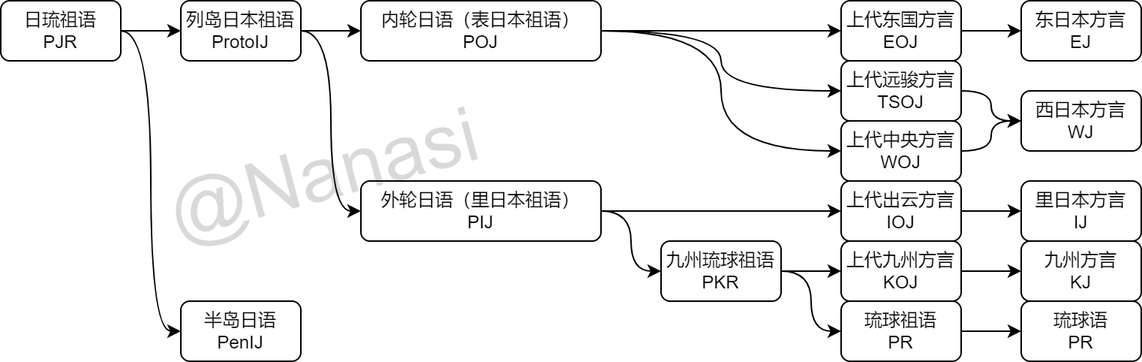
yupzhou/JPRoots keeps this draw.io diagram as assets/img/日琉语的发展.png. Above is the earlier version. Source tidied: cells renumbered, new cells last; positions are measured from the earlier drawing's top-left corner, leaving out a move shared by most shapes.
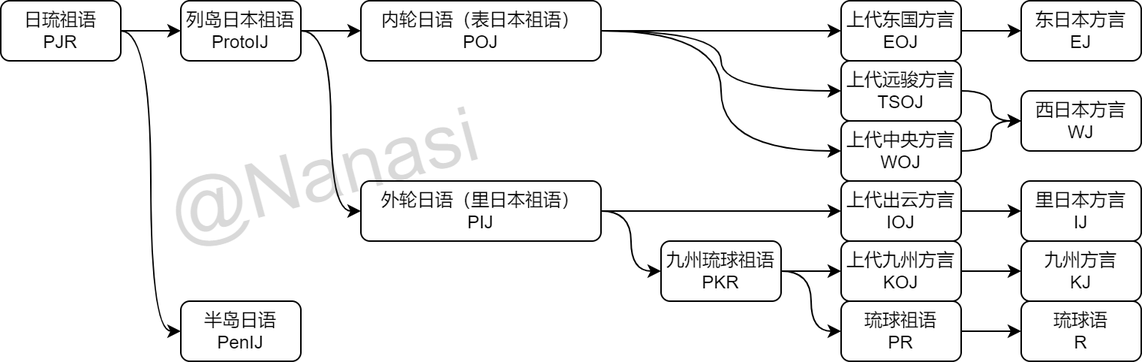
After the commit.

Diff of the diagram source:
```diff
@@ -106,7 +106,7 @@
     <mxCell id="35" value="九州方言&lt;br&gt;KJ" style="rounded=1;whiteSpace=wrap;html=1;" parent="1" vertex="1">
       <mxGeometry x="680" y="160" width="80" height="40" as="geometry" />
     </mxCell>
-    <mxCell id="36" value="琉球语&lt;br&gt;PR" style="rounded=1;whiteSpace=wrap;html=1;" parent="1" vertex="1">
+    <mxCell id="36" value="琉球语&lt;br&gt;R" style="rounded=1;whiteSpace=wrap;html=1;" parent="1" vertex="1">
       <mxGeometry x="680" y="200" width="80" height="40" as="geometry" />
     </mxCell>
   </root>
```
